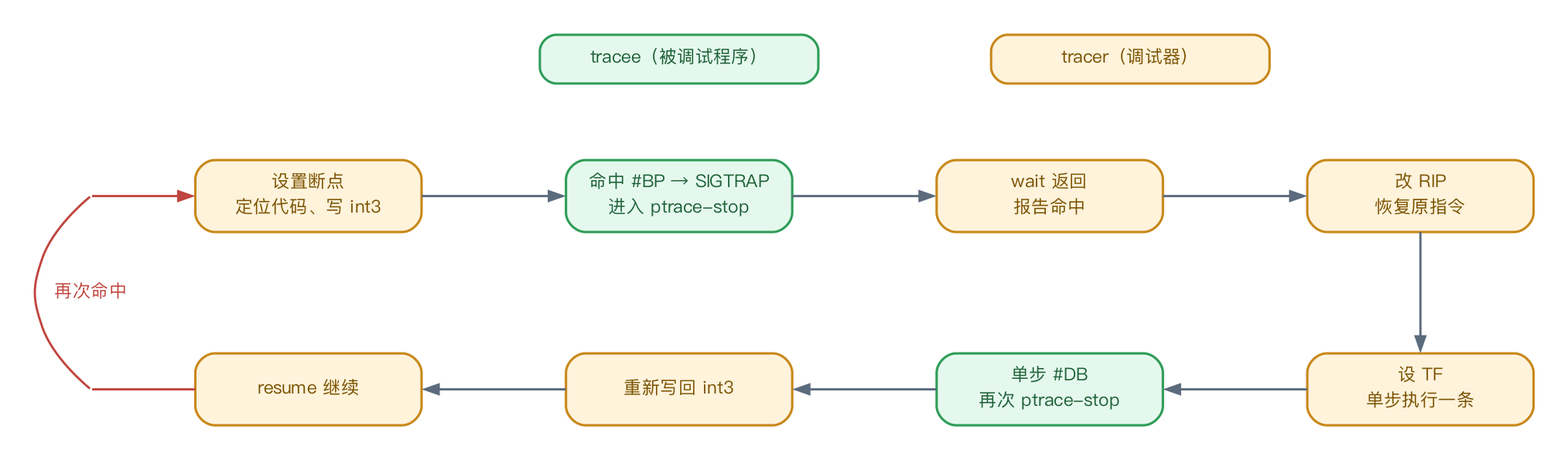
vvvvsv/asterinas keeps this Graphviz diagram as research_practice/assets/09_breakpoint_loop.png. Above is the earlier version. Its source is kept beside it as research_practice/assets/09_breakpoint_loop.dot.
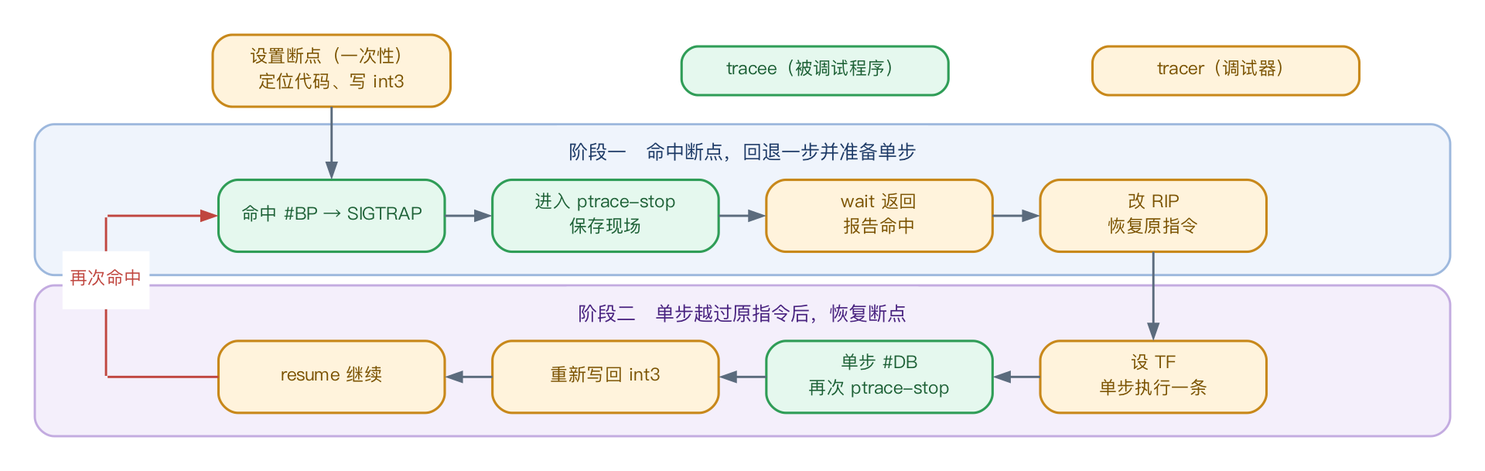
After the change.

Diff of the diagram source:
```diff
@@ -2,16 +2,21 @@
   graph [fontname="PingFang SC", bgcolor="white", pad="0.3", splines=true];
   node [fontname="PingFang SC", shape=box, style="rounded,filled", penwidth=1.5, margin="0.1,0.06", fontsize=11];
   edge [fontname="PingFang SC", color="#5b6b7d", penwidth=1.4, arrowsize=0.85, fontsize=11];
-  b1 [label="设置断点\n定位代码、写 int3", fillcolor="#FFF3DC", color="#C8881A", fontcolor="#7a5200", pos="0,120", width="1.95", height="0.62", fixedsize="true"];
-  b2 [label="命中 #BP → SIGTRAP\n进入 ptrace-stop", fillcolor="#E5F8EE", color="#2F9D57", fontcolor="#1c6035", pos="230,120", width="1.95", height="0.62", fixedsize="true"];
-  b3 [label="wait 返回\n报告命中", fillcolor="#FFF3DC", color="#C8881A", fontcolor="#7a5200", pos="460,120", width="1.95", height="0.62", fixedsize="true"];
-  b4 [label="改 RIP\n恢复原指令", fillcolor="#FFF3DC", color="#C8881A", fontcolor="#7a5200", pos="690,120", width="1.95", height="0.62", fixedsize="true"];
-  b5 [label="设 TF\n单步执行一条", fillcolor="#FFF3DC", color="#C8881A", fontcolor="#7a5200", pos="690,0", width="1.95", height="0.62", fixedsize="true"];
-  b6 [label="单步 #DB\n再次 ptrace-stop", fillcolor="#E5F8EE", color="#2F9D57", fontcolor="#1c6035", pos="460,0", width="1.95", height="0.62", fixedsize="true"];
-  b7 [label="重新写回 int3", fillcolor="#FFF3DC", color="#C8881A", fontcolor="#7a5200", pos="230,0", width="1.95", height="0.62", fixedsize="true"];
-  b8 [label="resume 继续", fillcolor="#FFF3DC", color="#C8881A", fontcolor="#7a5200", pos="0,0", width="1.95", height="0.62", fixedsize="true"];
-  leg_t [label="tracee（被调试程序）", fillcolor="#E5F8EE", color="#2F9D57", fontcolor="#1c6035", pos="230,205", width="2.4", height="0.42", fixedsize="true", fontsize="11"];
-  leg_r [label="tracer（调试器）", fillcolor="#FFF3DC", color="#C8881A", fontcolor="#7a5200", pos="510,205", width="2.4", height="0.42", fixedsize="true", fontsize="11"];
+  bandA [label="", shape=box, style="rounded,filled", fillcolor="#EFF4FC", color="#9DB8DD", penwidth=1.4, fixedsize=true, width="12.2", height="1.3", pos="255,120"];
+  bandB [label="", shape=box, style="rounded,filled", fillcolor="#F4EFFB", color="#C3ABE0", penwidth=1.4, fixedsize=true, width="12.2", height="1.3", pos="255,20"];
+  ptitleA [shape=plaintext, style="filled", fillcolor="#EFF4FC", fontname="PingFang SC", fontcolor="#1d3a66", fontsize="12", label="阶段一　命中断点，回退一步并准备单步", pos="255,148"];
+  ptitleB [shape=plaintext, style="filled", fillcolor="#F4EFFB", fontname="PingFang SC", fontcolor="#48227f", fontsize="12", label="阶段二　单步越过原指令后，恢复断点", pos="255,48"];
+  b1 [label="命中 #BP → SIGTRAP", fillcolor="#E5F8EE", color="#2F9D57", fontcolor="#1c6035", pos="0,110", width="1.95", height="0.62", fixedsize="true"];
+  b2 [label="进入 ptrace-stop\n保存现场", fillcolor="#E5F8EE", color="#2F9D57", fontcolor="#1c6035", pos="170,110", width="1.95", height="0.62", fixedsize="true"];
+  b3 [label="wait 返回\n报告命中", fillcolor="#FFF3DC", color="#C8881A", fontcolor="#7a5200", pos="340,110", width="1.95", height="0.62", fixedsize="true"];
+  b4 [label="改 RIP\n恢复原指令", fillcolor="#FFF3DC", color="#C8881A", fontcolor="#7a5200", pos="510,110", width="1.95", height="0.62", fixedsize="true"];
+  b5 [label="设 TF\n单步执行一条", fillcolor="#FFF3DC", color="#C8881A", fontcolor="#7a5200", pos="510,10", width="1.95", height="0.62", fixedsize="true"];
+  b6 [label="单步 #DB\n再次 ptrace-stop", fillcolor="#E5F8EE", color="#2F9D57", fontcolor="#1c6035", pos="340,10", width="1.95", height="0.62", fixedsize="true"];
+  b7 [label="重新写回 int3", fillcolor="#FFF3DC", color="#C8881A", fontcolor="#7a5200", pos="170,10", width="1.95", height="0.62", fixedsize="true"];
+  b8 [label="resume 继续", fillcolor="#FFF3DC", color="#C8881A", fontcolor="#7a5200", pos="0,10", width="1.95", height="0.62", fixedsize="true"];
+  setup [label="设置断点（一次性）\n定位代码、写 int3", fillcolor="#FFF3DC", color="#C8881A", fontcolor="#7a5200", pos="0,200", width="2.05", height="0.62", fixedsize="true"];
+  leg_t [label="tracee（被调试程序）", fillcolor="#E5F8EE", color="#2F9D57", fontcolor="#1c6035", pos="300,200", width="2.3", height="0.42", fixedsize="true", fontsize="11"];
+  leg_r [label="tracer（调试器）", fillcolor="#FFF3DC", color="#C8881A", fontcolor="#7a5200", pos="555,200", width="2.3", height="0.42", fixedsize="true", fontsize="11"];
   b1:e -> b2:w [color="#5b6b7d"];
   b2:e -> b3:w [color="#5b6b7d"];
   b3:e -> b4:w [color="#5b6b7d"];
@@ -19,10 +24,11 @@
   b5:w -> b6:e [color="#5b6b7d"];
   b6:w -> b7:e [color="#5b6b7d"];
   b7:w -> b8:e [color="#5b6b7d"];
-  lb1 [shape=point, width=0.01, style=invis, pos="-135,0"];
-  lb2 [shape=point, width=0.01, style=invis, pos="-135,120"];
+  setup:s -> b1:n [color="#5b6b7d"];
+  lb1 [shape=point, width=0.01, style=invis, pos="-140,10"];
+  lb2 [shape=point, width=0.01, style=invis, pos="-140,110"];
   b8:w -> lb1 [arrowhead=none, color="#C0463F"];
   lb1 -> lb2 [arrowhead=none, color="#C0463F"];
   lb2 -> b1:w [color="#C0463F"];
-  fb [shape=box, style="filled", fillcolor="white", color="white", penwidth=0, margin="0.03,0.01", fontsize=11, fontcolor="#C0463F", pos="-135,60", label="再次命中"];
+  fb [shape=box, style="filled", fillcolor="white", color="white", penwidth=0, margin="0.03,0.01", fontsize=11, fontcolor="#C0463F", pos="-140,70", label="再次命中"];
 }
```
